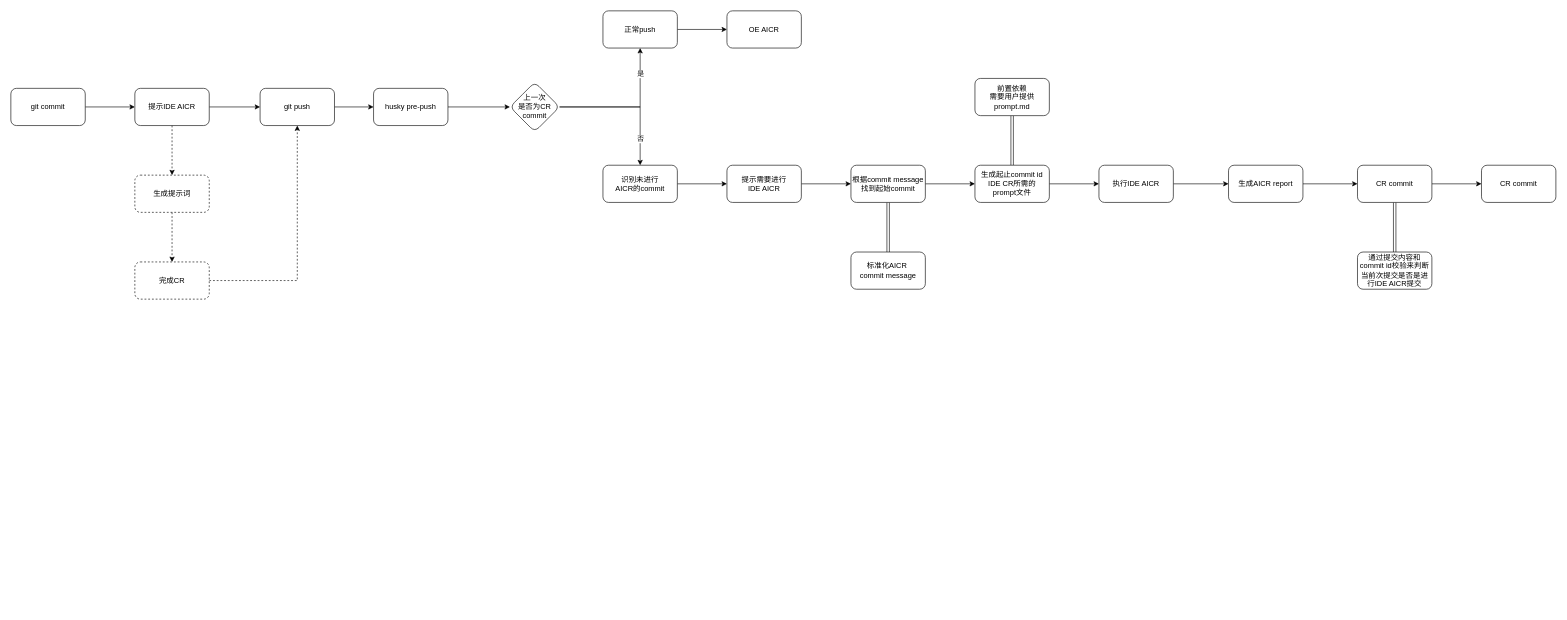
This is ide-aicr.drawio from Zsynuting/diagram, a draw.io file, before an edit. Source tidied: cells renumbered, new cells numbered last; positions are measured from the earlier drawing's top-left corner, leaving out a move shared by most shapes. Both pictures are drawn from the tidied source at 62%, with x=0, y=0 at pixel (11, 11).
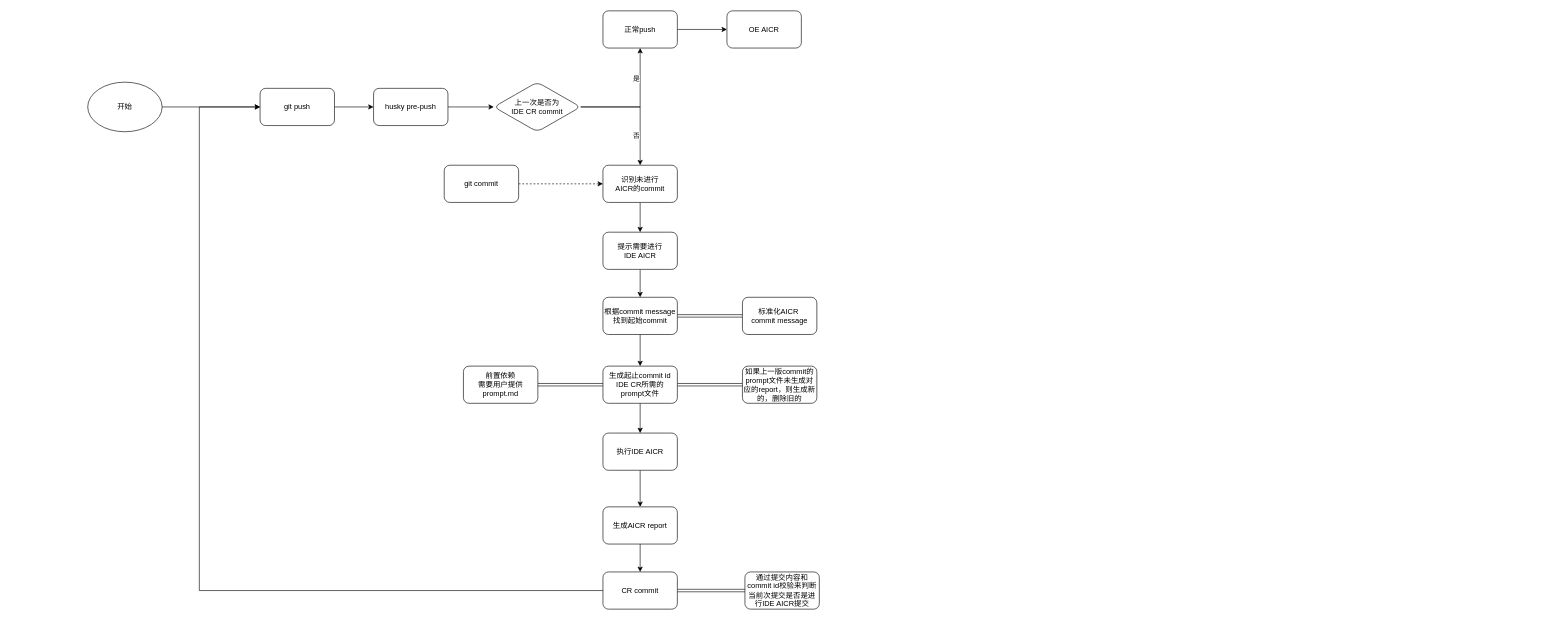
Above is the later version.

Unchanged cells that the change refers to:
```xml
<mxCell id="4" style="edgeStyle=orthogonalEdgeStyle;rounded=0;jettySize=auto;html=1;" parent="1" edge="1" source="8" target="10">
  <mxGeometry relative="1" as="geometry" />
</mxCell>
<mxCell id="6" style="edgeStyle=orthogonalEdgeStyle;rounded=0;jettySize=auto;html=1;" parent="1" edge="1" source="8" target="13">
  <mxGeometry relative="1" as="geometry" />
</mxCell>
<mxCell id="13" value="识别未进行&lt;div&gt;AICR的commit&lt;/div&gt;" style="whiteSpace=wrap;html=1;rounded=1;" parent="1" vertex="1">
  <mxGeometry x="955" y="249" width="120" height="60" as="geometry" />
</mxCell>
<mxCell id="15" value="git push" style="rounded=1;whiteSpace=wrap;html=1;" parent="1" vertex="1">
  <mxGeometry x="402" y="125" width="120" height="60" as="geometry" />
</mxCell>
```

The edit, as a diff of the source:
```diff
@@
     <mxCell id="5" value="是" style="edgeLabel;html=1;align=center;verticalAlign=middle;" parent="4" vertex="1">
       <mxGeometry x="0.34" y="-2" relative="1" as="geometry">
-        <mxPoint x="-2" y="-33" as="offset" />
+        <mxPoint x="-9" y="-14" as="offset" />
       </mxGeometry>
     </mxCell>
@@
     <mxCell id="7" value="否" style="edgeLabel;html=1;align=center;verticalAlign=middle;" parent="6" vertex="1">
-      <mxGeometry x="0.62" relative="1" as="geometry" />
+      <mxGeometry x="0.62" relative="1" as="geometry">
+        <mxPoint x="-7" y="-13" as="offset" />
+      </mxGeometry>
     </mxCell>
-    <mxCell id="8" value="上一次&lt;div&gt;是否为CR commit&lt;/div&gt;" style="rhombus;whiteSpace=wrap;html=1;rounded=1;" parent="1" vertex="1">
-      <mxGeometry x="805" y="115" width="80" height="80" as="geometry" />
+    <mxCell id="8" value="上一次&lt;span style=&quot;background-color: transparent; color: light-dark(rgb(0, 0, 0), rgb(255, 255, 255));&quot;&gt;是否为&lt;/span&gt;&lt;div&gt;IDE CR commit&lt;/div&gt;" style="rhombus;whiteSpace=wrap;html=1;rounded=1;" parent="1" vertex="1">
+      <mxGeometry x="779" y="115" width="140" height="80" as="geometry" />
     </mxCell>
@@
     <mxCell id="17" value="&lt;div&gt;提示需要进行&lt;/div&gt;&lt;div&gt;IDE AICR&lt;/div&gt;" style="whiteSpace=wrap;html=1;rounded=1;" parent="1" vertex="1">
-      <mxGeometry x="1155" y="249" width="120" height="60" as="geometry" />
+      <mxGeometry x="955" y="357" width="120" height="60" as="geometry" />
     </mxCell>
@@
     <mxCell id="20" value="根据commit message找到起始commit" style="whiteSpace=wrap;html=1;rounded=1;" parent="1" vertex="1">
-      <mxGeometry x="1355" y="249" width="120" height="60" as="geometry" />
+      <mxGeometry x="955" y="462" width="120" height="60" as="geometry" />
     </mxCell>
     <mxCell id="21" value="标准化AICR&amp;nbsp;&lt;div&gt;commit message&lt;/div&gt;" style="whiteSpace=wrap;html=1;rounded=1;gradientColor=none;" parent="1" vertex="1">
-      <mxGeometry x="1355" y="389" width="120" height="60" as="geometry" />
+      <mxGeometry x="1180" y="462" width="120" height="60" as="geometry" />
     </mxCell>
@@
+    <mxCell id="44" style="edgeStyle=orthogonalEdgeStyle;rounded=0;jettySize=auto;html=1;shape=link;" parent="1" edge="1" source="24" target="49">
+      <mxGeometry relative="1" as="geometry" />
+    </mxCell>
     <mxCell id="24" value="生成起止commit id IDE CR所需的&lt;div&gt;prompt文件&lt;/div&gt;" style="whiteSpace=wrap;html=1;rounded=1;" parent="1" vertex="1">
-      <mxGeometry x="1555" y="249" width="120" height="60" as="geometry" />
+      <mxGeometry x="955" y="573" width="120" height="60" as="geometry" />
     </mxCell>
@@
     <mxCell id="26" value="执行IDE AICR" style="whiteSpace=wrap;html=1;rounded=1;" parent="1" vertex="1">
-      <mxGeometry x="1755" y="249" width="120" height="60" as="geometry" />
+      <mxGeometry x="955" y="681" width="120" height="60" as="geometry" />
     </mxCell>
@@
-    <mxCell id="28" style="edgeStyle=orthogonalEdgeStyle;rounded=0;jettySize=auto;html=1;" parent="1" edge="1" source="29" target="31">
-      <mxGeometry relative="1" as="geometry" />
-    </mxCell>
+    <mxCell id="45" style="edgeStyle=orthogonalEdgeStyle;rounded=0;jettySize=auto;html=1;entryX=0;entryY=0.5;entryDx=0;entryDy=0;" parent="1" edge="1" source="29" target="15">
+      <mxGeometry relative="1" as="geometry">
+        <Array as="points">
+          <mxPoint x="304" y="935" />
+          <mxPoint x="304" y="155" />
+        </Array>
+      </mxGeometry>
+    </mxCell>
     <mxCell id="29" value="CR commit" style="whiteSpace=wrap;html=1;rounded=1;" parent="1" vertex="1">
-      <mxGeometry x="2172" y="249" width="120" height="60" as="geometry" />
+      <mxGeometry x="955" y="905" width="120" height="60" as="geometry" />
     </mxCell>
     <mxCell id="30" value="通过提交内容和commit id校验来判断当前次提交是否是进行IDE AICR提交" style="whiteSpace=wrap;html=1;rounded=1;" parent="1" vertex="1">
-      <mxGeometry x="2172" y="389" width="120" height="60" as="geometry" />
+      <mxGeometry x="1184" y="905" width="120" height="60" as="geometry" />
     </mxCell>
-    <mxCell id="31" value="CR commit" style="whiteSpace=wrap;html=1;rounded=1;" parent="1" vertex="1">
-      <mxGeometry x="2372" y="249" width="120" height="60" as="geometry" />
-    </mxCell>
-    <mxCell id="32" style="edgeStyle=orthogonalEdgeStyle;rounded=0;jettySize=auto;html=1;" parent="1" edge="1" source="35" target="15">
-      <mxGeometry relative="1" as="geometry" />
-    </mxCell>
-    <mxCell id="33" style="edgeStyle=orthogonalEdgeStyle;rounded=0;jettySize=auto;html=1;" parent="1" edge="1" source="36" target="35">
-      <mxGeometry relative="1" as="geometry" />
-    </mxCell>
-    <mxCell id="34" style="edgeStyle=orthogonalEdgeStyle;rounded=0;jettySize=auto;html=1;dashed=1;" parent="1" edge="1" source="35" target="38">
-      <mxGeometry relative="1" as="geometry" />
-    </mxCell>
-    <mxCell id="35" value="提示IDE AICR" style="rounded=1;whiteSpace=wrap;html=1;" parent="1" vertex="1">
-      <mxGeometry x="200" y="125" width="120" height="60" as="geometry" />
-    </mxCell>
+    <mxCell id="46" style="edgeStyle=orthogonalEdgeStyle;rounded=0;jettySize=auto;html=1;entryX=0;entryY=0.5;entryDx=0;entryDy=0;dashed=1;" parent="1" edge="1" source="36" target="13">
+      <mxGeometry relative="1" as="geometry" />
+    </mxCell>
     <mxCell id="36" value="git commit" style="rounded=1;whiteSpace=wrap;html=1;" parent="1" vertex="1">
-      <mxGeometry y="125" width="120" height="60" as="geometry" />
+      <mxGeometry x="699" y="249" width="120" height="60" as="geometry" />
     </mxCell>
-    <mxCell id="37" style="edgeStyle=orthogonalEdgeStyle;rounded=0;jettySize=auto;html=1;dashed=1;" parent="1" edge="1" source="38" target="40">
-      <mxGeometry relative="1" as="geometry" />
-    </mxCell>
-    <mxCell id="38" value="生成提示词" style="rounded=1;whiteSpace=wrap;html=1;dashed=1;" parent="1" vertex="1">
-      <mxGeometry x="200" y="265" width="120" height="60" as="geometry" />
-    </mxCell>
-    <mxCell id="39" style="edgeStyle=orthogonalEdgeStyle;rounded=0;jettySize=auto;html=1;entryX=0.5;entryY=1;entryDx=0;entryDy=0;dashed=1;" parent="1" edge="1" source="40" target="15">
-      <mxGeometry relative="1" as="geometry" />
-    </mxCell>
-    <mxCell id="40" value="完成CR" style="rounded=1;whiteSpace=wrap;html=1;dashed=1;" parent="1" vertex="1">
-      <mxGeometry x="200" y="405" width="120" height="60" as="geometry" />
-    </mxCell>
     <mxCell id="41" value="前置依赖&lt;div&gt;需要用户提供prompt.md&lt;/div&gt;" style="whiteSpace=wrap;html=1;rounded=1;" parent="1" vertex="1">
-      <mxGeometry x="1555" y="109" width="120" height="60" as="geometry" />
+      <mxGeometry x="730" y="573" width="120" height="60" as="geometry" />
     </mxCell>
@@
     <mxCell id="43" value="生成AICR report" style="whiteSpace=wrap;html=1;rounded=1;" parent="1" vertex="1">
-      <mxGeometry x="1964" y="249" width="120" height="60" as="geometry" />
+      <mxGeometry x="955" y="800" width="120" height="60" as="geometry" />
     </mxCell>
+    <mxCell id="47" style="edgeStyle=orthogonalEdgeStyle;rounded=0;jettySize=auto;html=1;" parent="1" edge="1" source="48" target="15">
+      <mxGeometry relative="1" as="geometry" />
+    </mxCell>
+    <mxCell id="48" value="开始" style="ellipse;whiteSpace=wrap;html=1;" parent="1" vertex="1">
+      <mxGeometry x="124" y="115" width="120" height="80" as="geometry" />
+    </mxCell>
+    <mxCell id="49" value="如果上一版commit的 prompt文件未生成对应的report，则生成新的，删除旧的" style="whiteSpace=wrap;html=1;rounded=1;" parent="1" vertex="1">
+      <mxGeometry x="1180" y="573" width="120" height="60" as="geometry" />
+    </mxCell>
```
